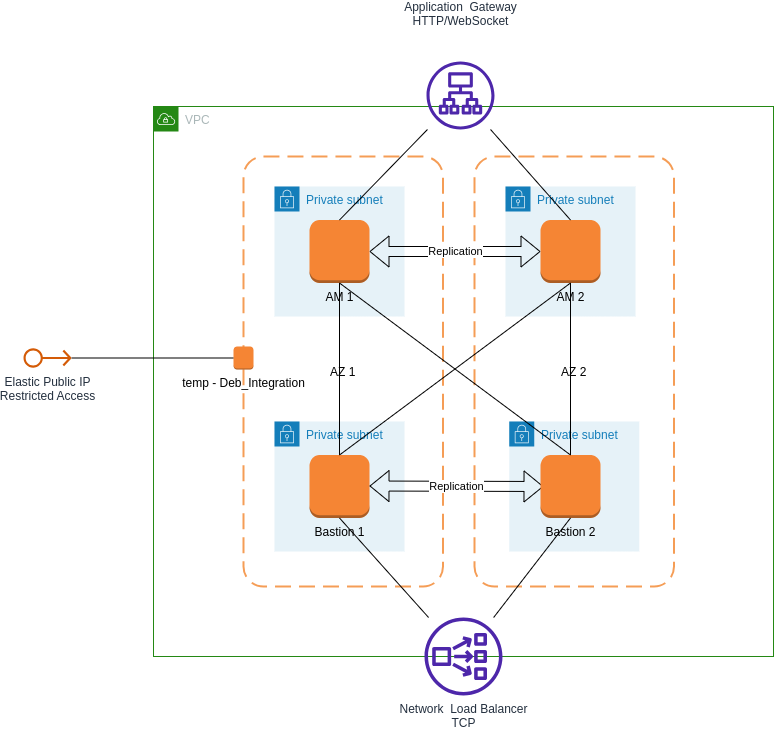
The draw.io diagram Terraform/Deploying/aws/02-Advanced/2AM-2SM-LB/AWS_2AM-2SM-LB.drawio.png in wallix/Automation_Showroom, before a commit. Source tidied: cells renumbered, new cells last; positions are measured from the earlier drawing's top-left corner, leaving out a move shared by most shapes.
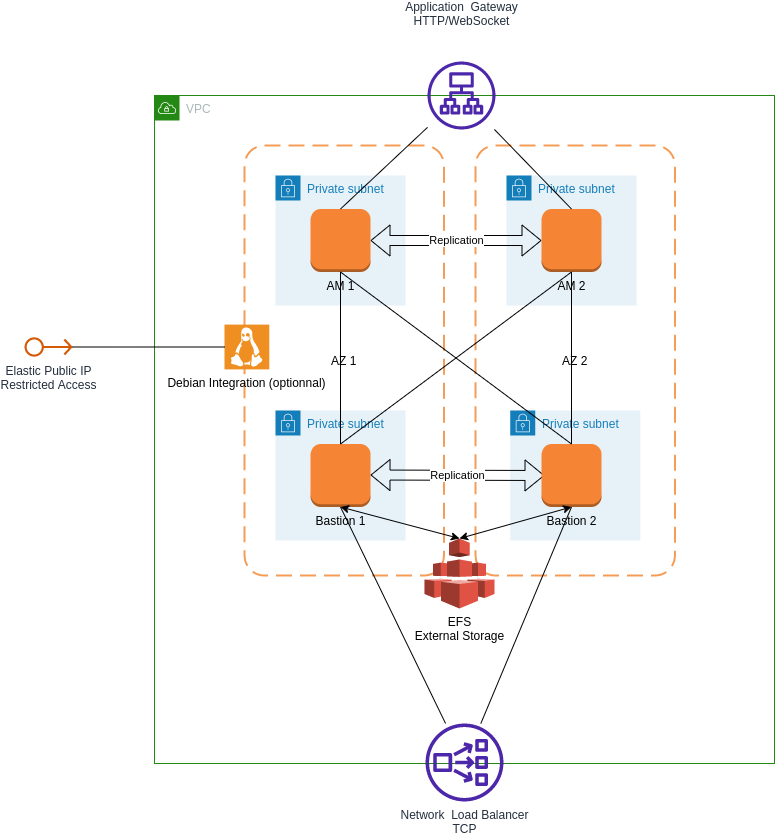
Above is the later version.

The edit, as a diff of the source:
```diff
@@ -3,7 +3,7 @@
     <mxCell id="0" />
     <mxCell id="1" parent="0" />
     <mxCell id="2" value="VPC" style="gradientColor=none;html=1;whiteSpace=wrap;fontSize=12;fontStyle=0;shape=mxgraph.aws4.group;grIcon=mxgraph.aws4.group_vpc;strokeColor=#248814;fillColor=none;verticalAlign=top;align=left;spacingLeft=30;fontColor=#AAB7B8;dashed=0;" parent="1" vertex="1">
-      <mxGeometry x="130" y="45" width="620" height="550" as="geometry" />
+      <mxGeometry x="130" y="45" width="620" height="668" as="geometry" />
     </mxCell>
     <mxCell id="3" value="AZ 2" style="rounded=1;arcSize=10;dashed=1;strokeColor=#F59D56;fillColor=none;gradientColor=none;dashPattern=8 4;strokeWidth=2;" parent="2" vertex="1">
       <mxGeometry x="321" y="50" width="199.5" height="430" as="geometry" />
@@ -56,11 +56,29 @@
     <mxCell id="18" style="endArrow=none;html=1;rounded=0;entryX=0.5;entryY=1;entryDx=0;entryDy=0;entryPerimeter=0;exitX=0.5;exitY=0;exitDx=0;exitDy=0;exitPerimeter=0;" parent="2" edge="1" source="10" target="12">
       <mxGeometry relative="1" as="geometry" />
     </mxCell>
-    <mxCell id="19" value="temp - Deb_Integration" style="outlineConnect=0;dashed=0;verticalLabelPosition=bottom;verticalAlign=top;align=center;html=1;shape=mxgraph.aws3.instance;fillColor=#F58534;gradientColor=none;" parent="2" vertex="1">
-      <mxGeometry x="80" y="240" width="20" height="23" as="geometry" />
-    </mxCell>
+    <mxCell id="23" value="Network&amp;nbsp; Load Balancer&lt;br&gt;TCP" style="sketch=0;outlineConnect=0;fontColor=#232F3E;gradientColor=none;fillColor=#4D27AA;strokeColor=none;dashed=0;verticalLabelPosition=bottom;verticalAlign=top;align=center;html=1;fontSize=12;fontStyle=0;shape=mxgraph.aws4.network_load_balancer;" parent="2" vertex="1">
+      <mxGeometry x="271" y="628" width="78" height="78" as="geometry" />
+    </mxCell>
+    <mxCell id="24" style="endArrow=none;html=1;rounded=0;entryX=0.5;entryY=1;entryDx=0;entryDy=0;entryPerimeter=0;" parent="2" edge="1" source="23" target="10">
+      <mxGeometry relative="1" as="geometry" />
+    </mxCell>
+    <mxCell id="25" style="endArrow=none;html=1;rounded=0;entryX=0.5;entryY=1;entryDx=0;entryDy=0;entryPerimeter=0;" parent="2" edge="1" source="23" target="14">
+      <mxGeometry relative="1" as="geometry" />
+    </mxCell>
+    <mxCell id="28" value="EFS&lt;br&gt;External Storage" style="outlineConnect=0;dashed=0;verticalLabelPosition=bottom;verticalAlign=top;align=center;html=1;shape=mxgraph.aws3.efs;fillColor=#E05243;gradientColor=none;" parent="2" vertex="1">
+      <mxGeometry x="270" y="443" width="70" height="70" as="geometry" />
+    </mxCell>
+    <mxCell id="29" style="endArrow=classic;startArrow=classic;html=1;rounded=0;exitX=0.5;exitY=1;exitDx=0;exitDy=0;exitPerimeter=0;entryX=0.5;entryY=0;entryDx=0;entryDy=0;entryPerimeter=0;" parent="2" edge="1" source="14" target="28">
+      <mxGeometry relative="1" as="geometry" />
+    </mxCell>
+    <mxCell id="30" style="endArrow=classic;startArrow=classic;html=1;rounded=0;entryX=0.5;entryY=1;entryDx=0;entryDy=0;entryPerimeter=0;exitX=0.5;exitY=0;exitDx=0;exitDy=0;exitPerimeter=0;" parent="2" edge="1" source="28" target="10">
+      <mxGeometry relative="1" as="geometry" />
+    </mxCell>
+    <mxCell id="31" value="Debian Integration (optionnal)" style="shadow=0;dashed=0;html=1;strokeColor=none;fillColor=#EF8F21;labelPosition=center;verticalLabelPosition=bottom;verticalAlign=top;align=center;outlineConnect=0;shape=mxgraph.veeam.linux;" parent="2" vertex="1">
+      <mxGeometry x="70" y="229.1" width="44.8" height="44.8" as="geometry" />
+    </mxCell>
     <mxCell id="20" value="Application&amp;nbsp; Gateway&lt;br&gt;HTTP/WebSocket" style="sketch=0;outlineConnect=0;fontColor=#232F3E;gradientColor=none;fillColor=#4D27AA;strokeColor=none;dashed=0;verticalLabelPosition=top;verticalAlign=top;align=center;html=1;fontSize=12;fontStyle=0;shape=mxgraph.aws4.application_load_balancer;" parent="1" vertex="1">
-      <mxGeometry x="403" width="68" height="68" as="geometry" />
+      <mxGeometry x="403" y="11" width="68" height="68" as="geometry" />
     </mxCell>
     <mxCell id="21" style="endArrow=none;html=1;rounded=0;entryX=0.5;entryY=0;entryDx=0;entryDy=0;entryPerimeter=0;" parent="1" edge="1" source="20" target="12">
       <mxGeometry relative="1" as="geometry" />
@@ -68,19 +86,10 @@
     <mxCell id="22" style="endArrow=none;html=1;rounded=0;exitX=0.5;exitY=0;exitDx=0;exitDy=0;exitPerimeter=0;" parent="1" edge="1" source="7" target="20">
       <mxGeometry relative="1" as="geometry" />
     </mxCell>
-    <mxCell id="23" value="Network&amp;nbsp; Load Balancer&lt;br&gt;TCP" style="sketch=0;outlineConnect=0;fontColor=#232F3E;gradientColor=none;fillColor=#4D27AA;strokeColor=none;dashed=0;verticalLabelPosition=bottom;verticalAlign=top;align=center;html=1;fontSize=12;fontStyle=0;shape=mxgraph.aws4.network_load_balancer;" parent="1" vertex="1">
-      <mxGeometry x="401" y="556" width="78" height="78" as="geometry" />
-    </mxCell>
-    <mxCell id="24" style="endArrow=none;html=1;rounded=0;entryX=0.5;entryY=1;entryDx=0;entryDy=0;entryPerimeter=0;" parent="1" edge="1" source="23" target="10">
-      <mxGeometry relative="1" as="geometry" />
-    </mxCell>
-    <mxCell id="25" style="endArrow=none;html=1;rounded=0;entryX=0.5;entryY=1;entryDx=0;entryDy=0;entryPerimeter=0;" parent="1" edge="1" source="23" target="14">
-      <mxGeometry relative="1" as="geometry" />
-    </mxCell>
     <mxCell id="26" value="Elastic Public IP&lt;br&gt;Restricted Access" style="sketch=0;outlineConnect=0;fontColor=#232F3E;gradientColor=none;fillColor=#D45B07;strokeColor=none;dashed=0;verticalLabelPosition=bottom;verticalAlign=top;align=center;html=1;fontSize=12;fontStyle=0;shape=mxgraph.aws4.elastic_ip_address;" parent="1" vertex="1">
       <mxGeometry y="286.5" width="48" height="20" as="geometry" />
     </mxCell>
-    <mxCell id="27" style="endArrow=none;html=1;rounded=0;entryX=0;entryY=0.5;entryDx=0;entryDy=0;entryPerimeter=0;" parent="1" edge="1" source="26" target="19">
+    <mxCell id="27" style="endArrow=none;html=1;rounded=0;" parent="1" edge="1" source="26" target="31">
       <mxGeometry relative="1" as="geometry" />
     </mxCell>
   </root>
```
